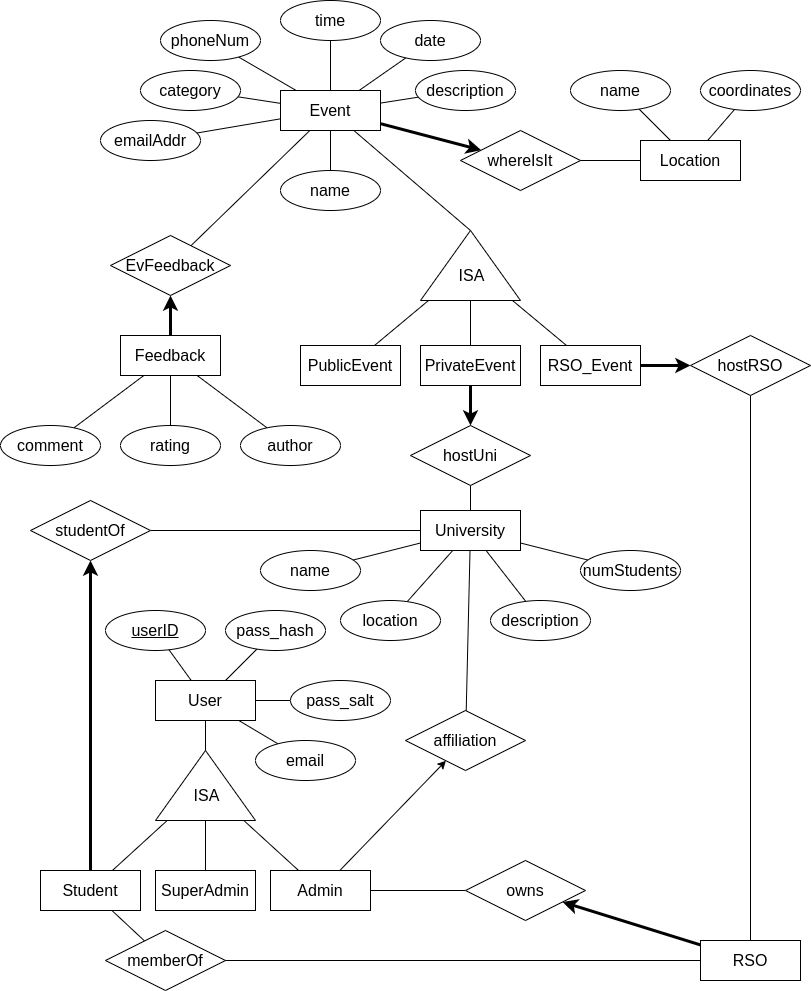
This is ProjectERdiagram.drawio.png from msabur/EventWebsiteProject, a draw.io export, as it was before one commit. Source tidied: cells renumbered, new cells last; positions are measured from the earlier drawing's top-left corner, leaving out a move shared by most shapes.
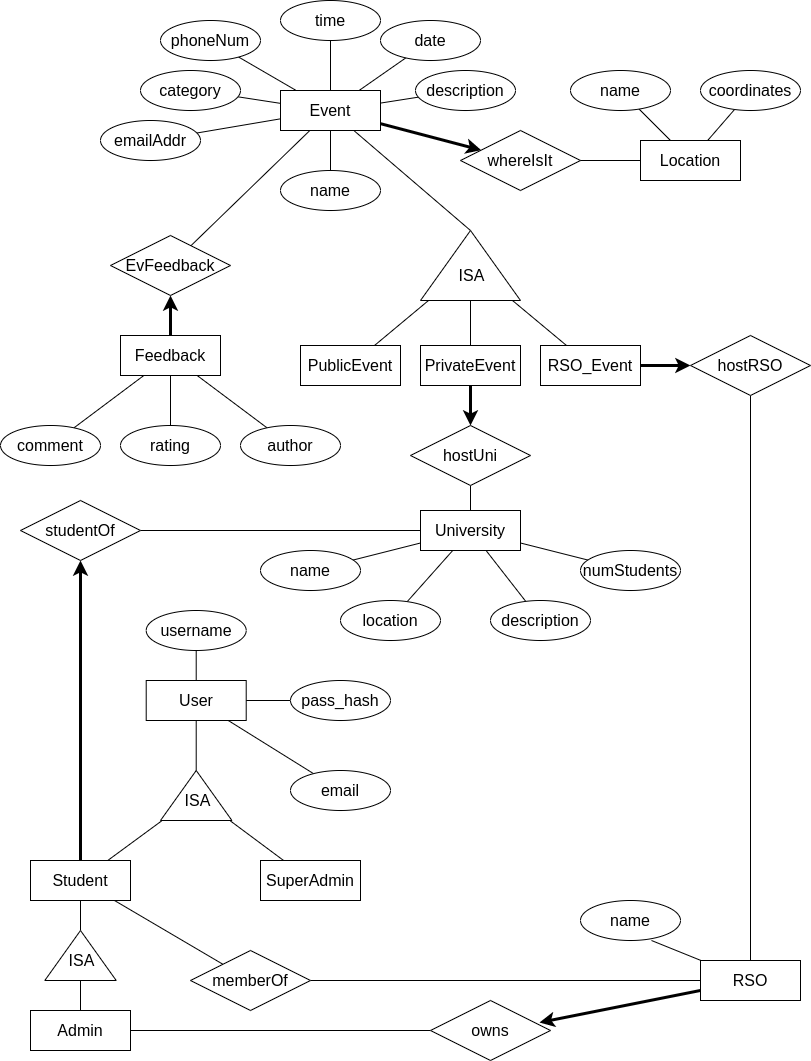
The same file after the commit.

The edit, as a diff of the source:
```diff
@@ -3,7 +3,7 @@
     <mxCell id="0" />
     <mxCell id="1" parent="0" />
     <mxCell id="2" value="User" style="whiteSpace=wrap;html=1;align=center;fontSize=16;" parent="1" vertex="1">
-      <mxGeometry x="155" y="680" width="100" height="40" as="geometry" />
+      <mxGeometry x="145.7" y="680" width="100" height="40" as="geometry" />
     </mxCell>
     <mxCell id="3" style="edgeStyle=none;rounded=0;jettySize=auto;html=1;fontFamily=Helvetica;fontSize=16;fontColor=default;endArrow=none;endFill=0;" parent="1" edge="1" source="4" target="46">
       <mxGeometry relative="1" as="geometry" />
@@ -14,8 +14,11 @@
     <mxCell id="5" style="edgeStyle=none;rounded=0;jettySize=auto;html=1;fontFamily=Helvetica;fontSize=16;fontColor=default;endArrow=none;endFill=0;" parent="1" edge="1" source="6" target="45">
       <mxGeometry relative="1" as="geometry" />
     </mxCell>
+    <mxCell id="89" style="rounded=0;jettySize=auto;html=1;entryX=0.71;entryY=1;entryDx=0;entryDy=0;strokeWidth=1;endArrow=none;endFill=0;entryPerimeter=0;" parent="1" edge="1" source="6" target="91">
+      <mxGeometry relative="1" as="geometry" />
+    </mxCell>
     <mxCell id="6" value="RSO" style="whiteSpace=wrap;html=1;align=center;fontSize=16;" parent="1" vertex="1">
-      <mxGeometry x="700" y="940" width="100" height="40" as="geometry" />
+      <mxGeometry x="700" y="960" width="100" height="40" as="geometry" />
     </mxCell>
     <mxCell id="7" value="Event" style="whiteSpace=wrap;html=1;align=center;fontSize=16;" parent="1" vertex="1">
       <mxGeometry x="280" y="90" width="100" height="40" as="geometry" />
@@ -23,26 +26,20 @@
     <mxCell id="8" style="rounded=0;jettySize=auto;html=1;fontSize=16;endArrow=none;endFill=0;" parent="1" edge="1" source="9" target="2">
       <mxGeometry relative="1" as="geometry" />
     </mxCell>
-    <mxCell id="9" value="&lt;font style=&quot;font-size: 16px;&quot;&gt;&lt;u&gt;userID&lt;/u&gt;&lt;/font&gt;" style="ellipse;whiteSpace=wrap;html=1;align=center;strokeWidth=1;fontSize=12;strokeColor=default;rounded=0;glass=1;fillColor=#FFFFFF;" parent="1" vertex="1">
-      <mxGeometry x="105" y="610" width="100" height="40" as="geometry" />
+    <mxCell id="9" value="&lt;font style=&quot;font-size: 16px;&quot;&gt;username&lt;/font&gt;" style="ellipse;whiteSpace=wrap;html=1;align=center;strokeWidth=1;fontSize=12;strokeColor=default;rounded=0;glass=1;fillColor=#FFFFFF;" parent="1" vertex="1">
+      <mxGeometry x="145.7" y="610" width="100" height="40" as="geometry" />
     </mxCell>
     <mxCell id="10" style="edgeStyle=none;rounded=0;jettySize=auto;html=1;fontSize=16;endArrow=none;endFill=0;" parent="1" edge="1" source="11" target="2">
       <mxGeometry relative="1" as="geometry" />
     </mxCell>
     <mxCell id="11" value="&lt;font style=&quot;font-size: 16px;&quot;&gt;pass_hash&lt;/font&gt;" style="ellipse;whiteSpace=wrap;html=1;align=center;strokeWidth=1;fontSize=12;strokeColor=default;rounded=0;glass=1;fillColor=#FFFFFF;" parent="1" vertex="1">
-      <mxGeometry x="225" y="610" width="100" height="40" as="geometry" />
+      <mxGeometry x="290" y="680" width="100" height="40" as="geometry" />
     </mxCell>
-    <mxCell id="12" style="edgeStyle=none;rounded=0;jettySize=auto;html=1;fontSize=16;endArrow=none;endFill=0;" parent="1" edge="1" source="13" target="2">
-      <mxGeometry relative="1" as="geometry" />
-    </mxCell>
-    <mxCell id="13" value="pass_salt" style="ellipse;whiteSpace=wrap;html=1;align=center;strokeWidth=1;fontSize=16;strokeColor=default;rounded=0;glass=1;fillColor=#FFFFFF;" parent="1" vertex="1">
-      <mxGeometry x="290" y="680" width="100" height="40" as="geometry" />
-    </mxCell>
     <mxCell id="14" style="edgeStyle=none;rounded=0;jettySize=auto;html=1;fontSize=16;endArrow=none;endFill=0;" parent="1" edge="1" source="15" target="2">
       <mxGeometry relative="1" as="geometry" />
     </mxCell>
     <mxCell id="15" value="email" style="ellipse;whiteSpace=wrap;html=1;align=center;strokeWidth=1;fontSize=16;strokeColor=default;rounded=0;glass=1;fillColor=#FFFFFF;" parent="1" vertex="1">
-      <mxGeometry x="255" y="740" width="100" height="40" as="geometry" />
+      <mxGeometry x="290" y="770" width="100" height="40" as="geometry" />
     </mxCell>
     <mxCell id="16" style="edgeStyle=none;rounded=0;jettySize=auto;html=1;fontSize=16;endArrow=none;endFill=0;" parent="1" edge="1" source="17" target="7">
       <mxGeometry relative="1" as="geometry" />
@@ -206,8 +203,8 @@
       <mxGeometry relative="1" as="geometry" />
     </mxCell>
     <mxCell id="68" value="ISA" style="verticalLabelPosition=bottom;verticalAlign=top;html=1;shape=mxgraph.basic.acute_triangle;dx=0.5;rounded=0;glass=1;fontSize=16;fillColor=#FFFFFF;labelPadding=0;noLabel=0;movableLabel=1;" parent="1" vertex="1">
-      <mxGeometry x="155" y="750" width="100" height="70" as="geometry">
-        <mxPoint x="1" y="-41" as="offset" />
+      <mxGeometry x="160" y="770" width="71.4" height="50" as="geometry">
+        <mxPoint x="1" y="-36" as="offset" />
       </mxGeometry>
     </mxCell>
     <mxCell id="69" style="edgeStyle=none;rounded=0;jettySize=auto;html=1;fontFamily=Helvetica;fontSize=16;fontColor=default;startArrow=none;startFill=0;endArrow=none;endFill=0;" parent="1" edge="1" source="72" target="68">
@@ -220,43 +217,34 @@
       <mxGeometry relative="1" as="geometry" />
     </mxCell>
     <mxCell id="72" value="Student" style="whiteSpace=wrap;html=1;align=center;fontSize=16;strokeColor=default;fontFamily=Helvetica;fontColor=default;fillColor=default;" parent="1" vertex="1">
-      <mxGeometry x="40" y="870" width="100" height="40" as="geometry" />
+      <mxGeometry x="30" y="860" width="100" height="40" as="geometry" />
     </mxCell>
-    <mxCell id="73" style="edgeStyle=none;rounded=0;jettySize=auto;html=1;fontFamily=Helvetica;fontSize=16;fontColor=default;startArrow=none;startFill=0;endArrow=none;endFill=0;" parent="1" edge="1" source="76" target="68">
-      <mxGeometry relative="1" as="geometry" />
-    </mxCell>
-    <mxCell id="74" style="edgeStyle=none;rounded=0;jettySize=auto;html=1;fontFamily=Helvetica;fontSize=16;fontColor=default;startArrow=none;startFill=0;endArrow=classic;endFill=1;" parent="1" edge="1" source="76" target="80">
-      <mxGeometry relative="1" as="geometry" />
-    </mxCell>
     <mxCell id="75" style="edgeStyle=none;rounded=0;jettySize=auto;html=1;fontFamily=Helvetica;fontSize=16;fontColor=default;startArrow=none;startFill=0;endArrow=none;endFill=0;" parent="1" edge="1" source="76" target="82">
       <mxGeometry relative="1" as="geometry" />
     </mxCell>
+    <mxCell id="90" style="edgeStyle=none;rounded=0;jettySize=auto;html=1;strokeWidth=1;endArrow=none;endFill=0;" parent="1" edge="1" source="76" target="93">
+      <mxGeometry relative="1" as="geometry" />
+    </mxCell>
     <mxCell id="76" value="Admin" style="whiteSpace=wrap;html=1;align=center;fontSize=16;strokeColor=default;fontFamily=Helvetica;fontColor=default;fillColor=default;" parent="1" vertex="1">
-      <mxGeometry x="270" y="870" width="100" height="40" as="geometry" />
+      <mxGeometry x="30" y="1010" width="100" height="40" as="geometry" />
     </mxCell>
     <mxCell id="77" style="edgeStyle=none;rounded=0;jettySize=auto;html=1;fontFamily=Helvetica;fontSize=16;fontColor=default;startArrow=none;startFill=0;endArrow=none;endFill=0;" parent="1" edge="1" source="78" target="68">
       <mxGeometry relative="1" as="geometry" />
     </mxCell>
     <mxCell id="78" value="SuperAdmin" style="whiteSpace=wrap;html=1;align=center;fontSize=16;strokeColor=default;fontFamily=Helvetica;fontColor=default;fillColor=default;" parent="1" vertex="1">
-      <mxGeometry x="155" y="870" width="100" height="40" as="geometry" />
+      <mxGeometry x="260" y="860" width="100" height="40" as="geometry" />
     </mxCell>
-    <mxCell id="79" style="edgeStyle=none;rounded=0;jettySize=auto;html=1;fontFamily=Helvetica;fontSize=16;fontColor=default;startArrow=none;startFill=0;endArrow=none;endFill=0;" parent="1" edge="1" source="80" target="4">
-      <mxGeometry relative="1" as="geometry" />
-    </mxCell>
-    <mxCell id="80" value="affiliation" style="shape=rhombus;perimeter=rhombusPerimeter;whiteSpace=wrap;html=1;align=center;fontSize=16;strokeColor=default;strokeWidth=1;fontFamily=Helvetica;fontColor=default;fillColor=default;" parent="1" vertex="1">
-      <mxGeometry x="405" y="710" width="120" height="60" as="geometry" />
-    </mxCell>
-    <mxCell id="81" style="edgeStyle=none;rounded=0;jettySize=auto;html=1;fontFamily=Helvetica;fontSize=16;fontColor=default;startArrow=classic;startFill=1;endArrow=none;endFill=0;strokeWidth=3;" parent="1" edge="1" source="82" target="6">
+    <mxCell id="81" style="edgeStyle=none;rounded=0;jettySize=auto;html=1;fontFamily=Helvetica;fontSize=16;fontColor=default;startArrow=classic;startFill=1;endArrow=none;endFill=0;strokeWidth=3;exitX=0.908;exitY=0.367;exitDx=0;exitDy=0;exitPerimeter=0;" parent="1" edge="1" source="82" target="6">
       <mxGeometry relative="1" as="geometry" />
     </mxCell>
     <mxCell id="82" value="owns" style="shape=rhombus;perimeter=rhombusPerimeter;whiteSpace=wrap;html=1;align=center;fontSize=16;strokeColor=default;strokeWidth=1;fontFamily=Helvetica;fontColor=default;fillColor=default;" parent="1" vertex="1">
-      <mxGeometry x="465" y="860" width="120" height="60" as="geometry" />
+      <mxGeometry x="430" y="1000" width="120" height="60" as="geometry" />
     </mxCell>
     <mxCell id="83" style="edgeStyle=none;rounded=0;jettySize=auto;html=1;fontFamily=Helvetica;fontSize=16;fontColor=default;startArrow=none;startFill=0;endArrow=none;endFill=0;" parent="1" edge="1" source="84" target="4">
       <mxGeometry relative="1" as="geometry" />
     </mxCell>
     <mxCell id="84" value="studentOf" style="shape=rhombus;perimeter=rhombusPerimeter;whiteSpace=wrap;html=1;align=center;fontSize=16;strokeColor=default;strokeWidth=1;fontFamily=Helvetica;fontColor=default;fillColor=default;" parent="1" vertex="1">
-      <mxGeometry x="30" y="500" width="120" height="60" as="geometry" />
+      <mxGeometry x="20" y="500" width="120" height="60" as="geometry" />
     </mxCell>
     <mxCell id="85" style="edgeStyle=none;rounded=0;jettySize=auto;html=1;fontFamily=Helvetica;fontSize=16;fontColor=default;startArrow=none;startFill=0;endArrow=none;endFill=0;" parent="1" edge="1" source="86" target="7">
       <mxGeometry relative="1" as="geometry" />
@@ -268,7 +256,21 @@
       <mxGeometry relative="1" as="geometry" />
     </mxCell>
     <mxCell id="88" value="memberOf" style="shape=rhombus;perimeter=rhombusPerimeter;whiteSpace=wrap;html=1;align=center;fontSize=16;strokeColor=default;strokeWidth=1;fontFamily=Helvetica;fontColor=default;fillColor=default;" parent="1" vertex="1">
-      <mxGeometry x="105" y="930" width="120" height="60" as="geometry" />
+      <mxGeometry x="190" y="950" width="120" height="60" as="geometry" />
     </mxCell>
+    <mxCell id="91" value="name" style="ellipse;whiteSpace=wrap;html=1;align=center;strokeWidth=1;fontSize=16;strokeColor=default;rounded=0;glass=1;fillColor=#FFFFFF;" parent="1" vertex="1">
+      <mxGeometry x="580" y="900" width="100" height="40" as="geometry" />
+    </mxCell>
+    <mxCell id="92" style="edgeStyle=none;rounded=0;jettySize=auto;html=1;strokeWidth=1;endArrow=none;endFill=0;" parent="1" edge="1" source="93" target="72">
+      <mxGeometry relative="1" as="geometry" />
+    </mxCell>
+    <mxCell id="93" value="ISA" style="verticalLabelPosition=bottom;verticalAlign=top;html=1;shape=mxgraph.basic.acute_triangle;dx=0.5;rounded=0;glass=1;fontSize=16;fillColor=#FFFFFF;labelPadding=0;noLabel=0;movableLabel=1;" parent="1" vertex="1">
+      <mxGeometry x="44.3" y="930" width="71.4" height="50" as="geometry">
+        <mxPoint x="1" y="-36" as="offset" />
+      </mxGeometry>
+    </mxCell>
+    <mxCell id="94" style="edgeStyle=none;rounded=0;orthogonalLoop=1;jettySize=auto;html=1;exitX=0.5;exitY=1;exitDx=0;exitDy=0;strokeWidth=1;endArrow=none;endFill=0;" parent="1" edge="1" source="15" target="15">
+      <mxGeometry relative="1" as="geometry" />
+    </mxCell>
   </root>
 </mxGraphModel>
```
